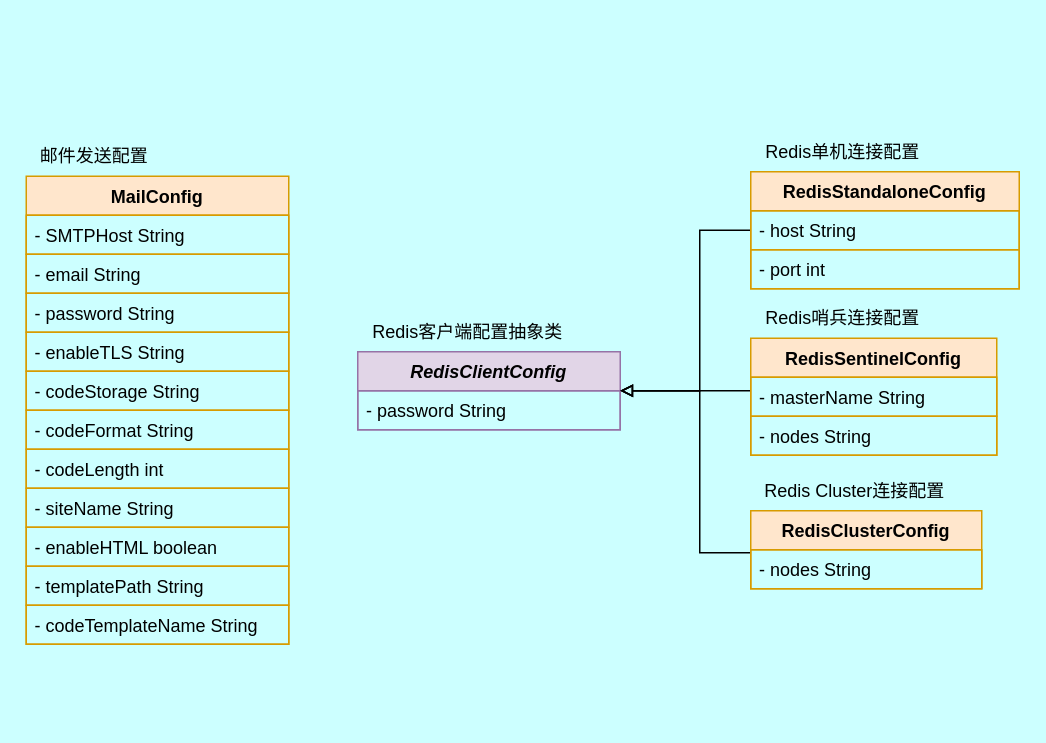
swsk33/code-post keeps this draw.io diagram as docs/diagram/部分类图.drawio. Above is the earlier version. Source tidied: cells renumbered, new cells numbered last; positions are measured from the earlier drawing's top-left corner, leaving out a move shared by most shapes. Both pictures are drawn from the tidied source at 150%, with x=0, y=0 at pixel (26, 132).
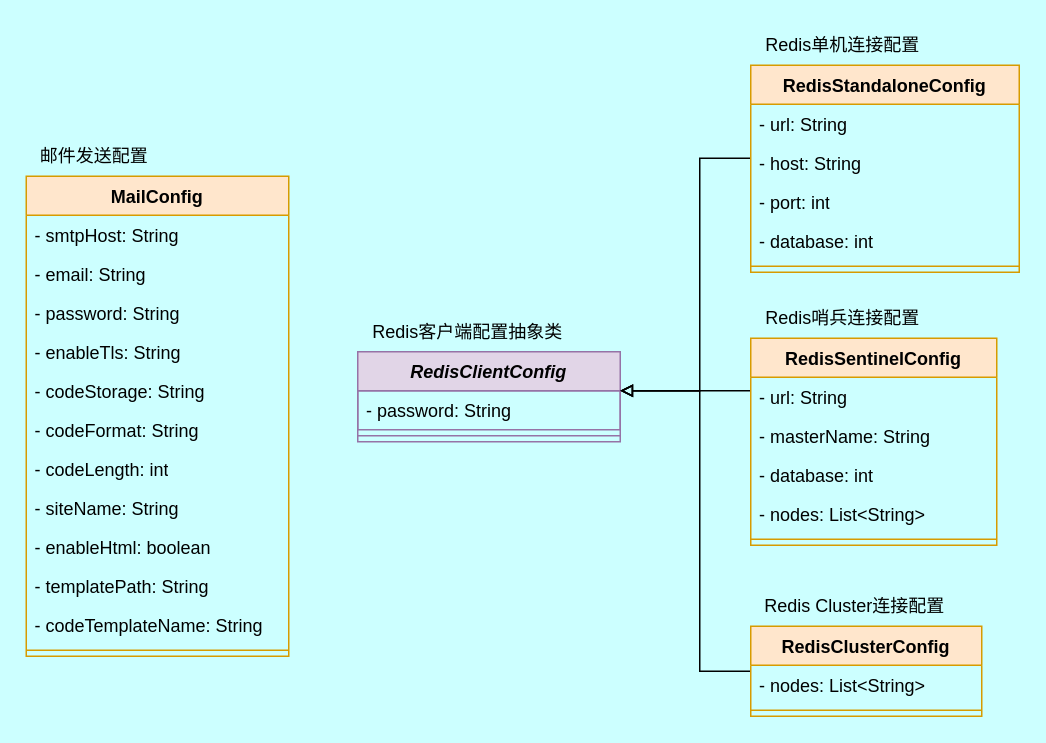
Above is the later version.

Change to the diagram source:
```diff
@@
     <mxCell id="2" value="MailConfig" style="swimlane;fontStyle=1;align=center;verticalAlign=top;horizontal=1;startSize=26;whiteSpace=wrap;html=1;fillColor=#ffe6cc;strokeColor=#d79b00;" parent="1" vertex="1">
-      <mxGeometry y="29" width="175" height="312" as="geometry" />
+      <mxGeometry y="29" width="175" height="320" as="geometry" />
     </mxCell>
-    <mxCell id="3" value="- SMTPHost String" style="text;strokeColor=#d79b00;fillColor=none;align=left;verticalAlign=top;spacingLeft=4;spacingRight=4;overflow=hidden;whiteSpace=wrap;html=1;" parent="2" vertex="1">
+    <mxCell id="3" value="- smtpHost: String" style="text;strokeColor=none;fillColor=none;align=left;verticalAlign=top;spacingLeft=4;spacingRight=4;overflow=hidden;whiteSpace=wrap;html=1;" parent="2" vertex="1">
       <mxGeometry y="26" width="175" height="26" as="geometry" />
     </mxCell>
-    <mxCell id="4" value="- email String" style="text;strokeColor=#d79b00;fillColor=none;align=left;verticalAlign=top;spacingLeft=4;spacingRight=4;overflow=hidden;whiteSpace=wrap;html=1;" parent="2" vertex="1">
+    <mxCell id="4" value="- email:&amp;nbsp;String" style="text;strokeColor=none;fillColor=none;align=left;verticalAlign=top;spacingLeft=4;spacingRight=4;overflow=hidden;whiteSpace=wrap;html=1;" parent="2" vertex="1">
       <mxGeometry y="52" width="175" height="26" as="geometry" />
     </mxCell>
-    <mxCell id="5" value="- password String" style="text;strokeColor=#d79b00;fillColor=none;align=left;verticalAlign=top;spacingLeft=4;spacingRight=4;overflow=hidden;whiteSpace=wrap;html=1;" parent="2" vertex="1">
+    <mxCell id="5" value="- password:&amp;nbsp;String" style="text;strokeColor=none;fillColor=none;align=left;verticalAlign=top;spacingLeft=4;spacingRight=4;overflow=hidden;whiteSpace=wrap;html=1;" parent="2" vertex="1">
       <mxGeometry y="78" width="175" height="26" as="geometry" />
     </mxCell>
-    <mxCell id="6" value="- enableTLS String" style="text;strokeColor=#d79b00;fillColor=none;align=left;verticalAlign=top;spacingLeft=4;spacingRight=4;overflow=hidden;whiteSpace=wrap;html=1;" parent="2" vertex="1">
+    <mxCell id="6" value="- enableTls:&amp;nbsp;String" style="text;strokeColor=none;fillColor=none;align=left;verticalAlign=top;spacingLeft=4;spacingRight=4;overflow=hidden;whiteSpace=wrap;html=1;" parent="2" vertex="1">
       <mxGeometry y="104" width="175" height="26" as="geometry" />
     </mxCell>
-    <mxCell id="7" value="- codeStorage String" style="text;strokeColor=#d79b00;fillColor=none;align=left;verticalAlign=top;spacingLeft=4;spacingRight=4;overflow=hidden;whiteSpace=wrap;html=1;" parent="2" vertex="1">
+    <mxCell id="7" value="- codeStorage:&amp;nbsp;String" style="text;strokeColor=none;fillColor=none;align=left;verticalAlign=top;spacingLeft=4;spacingRight=4;overflow=hidden;whiteSpace=wrap;html=1;" parent="2" vertex="1">
       <mxGeometry y="130" width="175" height="26" as="geometry" />
     </mxCell>
-    <mxCell id="8" value="- codeFormat String" style="text;strokeColor=#d79b00;fillColor=none;align=left;verticalAlign=top;spacingLeft=4;spacingRight=4;overflow=hidden;whiteSpace=wrap;html=1;" parent="2" vertex="1">
+    <mxCell id="8" value="- codeFormat:&amp;nbsp;String" style="text;strokeColor=none;fillColor=none;align=left;verticalAlign=top;spacingLeft=4;spacingRight=4;overflow=hidden;whiteSpace=wrap;html=1;" parent="2" vertex="1">
       <mxGeometry y="156" width="175" height="26" as="geometry" />
     </mxCell>
-    <mxCell id="9" value="- codeLength int" style="text;strokeColor=#d79b00;fillColor=none;align=left;verticalAlign=top;spacingLeft=4;spacingRight=4;overflow=hidden;whiteSpace=wrap;html=1;" parent="2" vertex="1">
+    <mxCell id="9" value="- codeLength:&amp;nbsp;int" style="text;strokeColor=none;fillColor=none;align=left;verticalAlign=top;spacingLeft=4;spacingRight=4;overflow=hidden;whiteSpace=wrap;html=1;" parent="2" vertex="1">
       <mxGeometry y="182" width="175" height="26" as="geometry" />
     </mxCell>
-    <mxCell id="10" value="- siteName String" style="text;strokeColor=#d79b00;fillColor=none;align=left;verticalAlign=top;spacingLeft=4;spacingRight=4;overflow=hidden;whiteSpace=wrap;html=1;" parent="2" vertex="1">
+    <mxCell id="10" value="- siteName:&amp;nbsp;String" style="text;strokeColor=none;fillColor=none;align=left;verticalAlign=top;spacingLeft=4;spacingRight=4;overflow=hidden;whiteSpace=wrap;html=1;" parent="2" vertex="1">
       <mxGeometry y="208" width="175" height="26" as="geometry" />
     </mxCell>
-    <mxCell id="11" value="- enableHTML boolean" style="text;strokeColor=#d79b00;fillColor=none;align=left;verticalAlign=top;spacingLeft=4;spacingRight=4;overflow=hidden;whiteSpace=wrap;html=1;" parent="2" vertex="1">
+    <mxCell id="11" value="- enableHtml:&amp;nbsp;boolean" style="text;strokeColor=none;fillColor=none;align=left;verticalAlign=top;spacingLeft=4;spacingRight=4;overflow=hidden;whiteSpace=wrap;html=1;" parent="2" vertex="1">
       <mxGeometry y="234" width="175" height="26" as="geometry" />
     </mxCell>
-    <mxCell id="12" value="- templatePath String" style="text;strokeColor=#d79b00;fillColor=none;align=left;verticalAlign=top;spacingLeft=4;spacingRight=4;overflow=hidden;whiteSpace=wrap;html=1;" parent="2" vertex="1">
+    <mxCell id="12" value="- templatePath:&amp;nbsp;String" style="text;strokeColor=none;fillColor=none;align=left;verticalAlign=top;spacingLeft=4;spacingRight=4;overflow=hidden;whiteSpace=wrap;html=1;" parent="2" vertex="1">
       <mxGeometry y="260" width="175" height="26" as="geometry" />
     </mxCell>
-    <mxCell id="13" value="- codeTemplateName String" style="text;strokeColor=#d79b00;fillColor=none;align=left;verticalAlign=top;spacingLeft=4;spacingRight=4;overflow=hidden;whiteSpace=wrap;html=1;" parent="2" vertex="1">
+    <mxCell id="13" value="- codeTemplateName:&amp;nbsp;String" style="text;strokeColor=none;fillColor=none;align=left;verticalAlign=top;spacingLeft=4;spacingRight=4;overflow=hidden;whiteSpace=wrap;html=1;" parent="2" vertex="1">
       <mxGeometry y="286" width="175" height="26" as="geometry" />
     </mxCell>
+    <mxCell id="32" style="line;strokeWidth=1;fillColor=none;align=left;verticalAlign=middle;spacingTop=-1;spacingLeft=3;spacingRight=3;labelPosition=right;strokeColor=inherit;" parent="2" vertex="1">
+      <mxGeometry y="312" width="175" height="8" as="geometry" />
+    </mxCell>
@@
     <mxCell id="15" value="&lt;i&gt;RedisClientConfig&lt;/i&gt;" style="swimlane;fontStyle=1;align=center;verticalAlign=top;horizontal=1;startSize=26;whiteSpace=wrap;html=1;fillColor=#e1d5e7;strokeColor=#9673a6;" parent="1" vertex="1">
-      <mxGeometry x="221" y="146" width="175" height="52" as="geometry" />
+      <mxGeometry x="221" y="146" width="175" height="60" as="geometry" />
     </mxCell>
-    <mxCell id="16" value="- password String" style="text;strokeColor=#9673a6;fillColor=none;align=left;verticalAlign=top;spacingLeft=4;spacingRight=4;overflow=hidden;points=[[0,0.5],[1,0.5]];portConstraint=eastwest;whiteSpace=wrap;html=1;" parent="15" vertex="1">
+    <mxCell id="16" value="- password:&amp;nbsp;String" style="text;strokeColor=#9673a6;fillColor=none;align=left;verticalAlign=top;spacingLeft=4;spacingRight=4;overflow=hidden;points=[[0,0.5],[1,0.5]];portConstraint=eastwest;whiteSpace=wrap;html=1;" parent="15" vertex="1">
       <mxGeometry y="26" width="175" height="26" as="geometry" />
     </mxCell>
+    <mxCell id="33" style="line;strokeWidth=1;fillColor=none;align=left;verticalAlign=middle;spacingTop=-1;spacingLeft=3;spacingRight=3;labelPosition=right;strokeColor=inherit;" parent="15" vertex="1">
+      <mxGeometry y="52" width="175" height="8" as="geometry" />
+    </mxCell>
@@
     <mxCell id="18" style="edgeStyle=orthogonalEdgeStyle;rounded=0;jettySize=auto;html=1;strokeColor=default;align=center;verticalAlign=middle;fontFamily=Helvetica;fontSize=11;fontColor=default;labelBackgroundColor=default;endArrow=block;endFill=0;" parent="1" edge="1" source="19" target="15">
       <mxGeometry relative="1" as="geometry">
         <Array as="points">
-          <mxPoint x="449" y="65" />
+          <mxPoint x="449" y="17" />
           <mxPoint x="449" y="172" />
         </Array>
       </mxGeometry>
     </mxCell>
     <mxCell id="19" value="RedisStandaloneConfig" style="swimlane;fontStyle=1;align=center;verticalAlign=top;horizontal=1;startSize=26;whiteSpace=wrap;html=1;fillColor=#ffe6cc;strokeColor=#d79b00;" parent="1" vertex="1">
-      <mxGeometry x="483" y="26" width="179" height="78" as="geometry" />
+      <mxGeometry x="483" y="-45" width="179" height="138" as="geometry" />
     </mxCell>
+    <mxCell id="34" value="- url:&amp;nbsp;String" style="text;strokeColor=none;fillColor=none;align=left;verticalAlign=top;spacingLeft=4;spacingRight=4;overflow=hidden;whiteSpace=wrap;html=1;" parent="19" vertex="1">
+      <mxGeometry y="26" width="179" height="26" as="geometry" />
+    </mxCell>
-    <mxCell id="20" value="- host String" style="text;strokeColor=#d79b00;fillColor=none;align=left;verticalAlign=top;spacingLeft=4;spacingRight=4;overflow=hidden;whiteSpace=wrap;html=1;" parent="19" vertex="1">
-      <mxGeometry y="26" width="179" height="26" as="geometry" />
+    <mxCell id="20" value="- host:&amp;nbsp;String" style="text;strokeColor=none;fillColor=none;align=left;verticalAlign=top;spacingLeft=4;spacingRight=4;overflow=hidden;whiteSpace=wrap;html=1;" parent="19" vertex="1">
+      <mxGeometry y="52" width="179" height="26" as="geometry" />
     </mxCell>
-    <mxCell id="21" value="- port int" style="text;strokeColor=#d79b00;fillColor=none;align=left;verticalAlign=top;spacingLeft=4;spacingRight=4;overflow=hidden;whiteSpace=wrap;html=1;" parent="19" vertex="1">
-      <mxGeometry y="52" width="179" height="26" as="geometry" />
+    <mxCell id="21" value="- port:&amp;nbsp;int" style="text;strokeColor=none;fillColor=none;align=left;verticalAlign=top;spacingLeft=4;spacingRight=4;overflow=hidden;whiteSpace=wrap;html=1;" parent="19" vertex="1">
+      <mxGeometry y="78" width="179" height="26" as="geometry" />
     </mxCell>
+    <mxCell id="35" value="- database:&amp;nbsp;int" style="text;strokeColor=none;fillColor=none;align=left;verticalAlign=top;spacingLeft=4;spacingRight=4;overflow=hidden;whiteSpace=wrap;html=1;" parent="19" vertex="1">
+      <mxGeometry y="104" width="179" height="26" as="geometry" />
+    </mxCell>
+    <mxCell id="36" style="line;strokeWidth=1;fillColor=none;align=left;verticalAlign=middle;spacingTop=-1;spacingLeft=3;spacingRight=3;labelPosition=right;strokeColor=inherit;" parent="19" vertex="1">
+      <mxGeometry y="130" width="179" height="8" as="geometry" />
+    </mxCell>
@@
     <mxCell id="23" value="RedisSentinelConfig" style="swimlane;fontStyle=1;align=center;verticalAlign=top;horizontal=1;startSize=26;whiteSpace=wrap;html=1;fillColor=#ffe6cc;strokeColor=#d79b00;" parent="1" vertex="1">
-      <mxGeometry x="483" y="137" width="164" height="78" as="geometry" />
+      <mxGeometry x="483" y="137" width="164" height="138" as="geometry" />
     </mxCell>
+    <mxCell id="37" value="- url:&amp;nbsp;String" style="text;strokeColor=none;fillColor=none;align=left;verticalAlign=top;spacingLeft=4;spacingRight=4;overflow=hidden;whiteSpace=wrap;html=1;" parent="23" vertex="1">
+      <mxGeometry y="26" width="164" height="26" as="geometry" />
+    </mxCell>
-    <mxCell id="24" value="- masterName String" style="text;strokeColor=#d79b00;fillColor=none;align=left;verticalAlign=top;spacingLeft=4;spacingRight=4;overflow=hidden;whiteSpace=wrap;html=1;" parent="23" vertex="1">
-      <mxGeometry y="26" width="164" height="26" as="geometry" />
+    <mxCell id="24" value="- masterName:&amp;nbsp;String" style="text;strokeColor=none;fillColor=none;align=left;verticalAlign=top;spacingLeft=4;spacingRight=4;overflow=hidden;whiteSpace=wrap;html=1;" parent="23" vertex="1">
+      <mxGeometry y="52" width="164" height="26" as="geometry" />
     </mxCell>
+    <mxCell id="38" value="- database:&amp;nbsp;int" style="text;strokeColor=none;fillColor=none;align=left;verticalAlign=top;spacingLeft=4;spacingRight=4;overflow=hidden;whiteSpace=wrap;html=1;" parent="23" vertex="1">
+      <mxGeometry y="78" width="164" height="26" as="geometry" />
+    </mxCell>
-    <mxCell id="25" value="- nodes String" style="text;strokeColor=#d79b00;fillColor=none;align=left;verticalAlign=top;spacingLeft=4;spacingRight=4;overflow=hidden;whiteSpace=wrap;html=1;" parent="23" vertex="1">
-      <mxGeometry y="52" width="164" height="26" as="geometry" />
+    <mxCell id="25" value="- nodes:&amp;nbsp;List&amp;lt;String&amp;gt;" style="text;strokeColor=none;fillColor=none;align=left;verticalAlign=top;spacingLeft=4;spacingRight=4;overflow=hidden;whiteSpace=wrap;html=1;" parent="23" vertex="1">
+      <mxGeometry y="104" width="164" height="26" as="geometry" />
     </mxCell>
+    <mxCell id="39" style="line;strokeWidth=1;fillColor=none;align=left;verticalAlign=middle;spacingTop=-1;spacingLeft=3;spacingRight=3;labelPosition=right;strokeColor=inherit;" parent="23" vertex="1">
+      <mxGeometry y="130" width="164" height="8" as="geometry" />
+    </mxCell>
     <mxCell id="26" style="edgeStyle=orthogonalEdgeStyle;rounded=0;jettySize=auto;html=1;strokeColor=default;align=center;verticalAlign=middle;fontFamily=Helvetica;fontSize=11;fontColor=default;labelBackgroundColor=default;endArrow=block;endFill=0;" parent="1" edge="1" source="27" target="15">
       <mxGeometry relative="1" as="geometry">
         <Array as="points">
-          <mxPoint x="449" y="280" />
+          <mxPoint x="449" y="359" />
           <mxPoint x="449" y="172" />
         </Array>
       </mxGeometry>
     </mxCell>
     <mxCell id="27" value="RedisClusterConfig" style="swimlane;fontStyle=1;align=center;verticalAlign=top;horizontal=1;startSize=26;whiteSpace=wrap;html=1;fillColor=#ffe6cc;strokeColor=#d79b00;" parent="1" vertex="1">
-      <mxGeometry x="483" y="252" width="154" height="52" as="geometry" />
+      <mxGeometry x="483" y="329" width="154" height="60" as="geometry" />
     </mxCell>
-    <mxCell id="28" value="- nodes String" style="text;strokeColor=#d79b00;fillColor=none;align=left;verticalAlign=top;spacingLeft=4;spacingRight=4;overflow=hidden;whiteSpace=wrap;html=1;" parent="27" vertex="1">
+    <mxCell id="28" value="- nodes:&amp;nbsp;List&amp;lt;String&amp;gt;" style="text;strokeColor=none;fillColor=none;align=left;verticalAlign=top;spacingLeft=4;spacingRight=4;overflow=hidden;whiteSpace=wrap;html=1;" parent="27" vertex="1">
       <mxGeometry y="26" width="154" height="26" as="geometry" />
     </mxCell>
+    <mxCell id="40" style="line;strokeWidth=1;fillColor=none;align=left;verticalAlign=middle;spacingTop=-1;spacingLeft=3;spacingRight=3;labelPosition=right;strokeColor=inherit;" parent="27" vertex="1">
+      <mxGeometry y="52" width="154" height="8" as="geometry" />
+    </mxCell>
     <mxCell id="29" value="Redis单机连接配置" style="text;html=1;align=center;verticalAlign=middle;strokeColor=none;fillColor=none;" parent="1" vertex="1">
-      <mxGeometry x="483" width="121" height="26" as="geometry" />
+      <mxGeometry x="483" y="-71" width="121" height="26" as="geometry" />
     </mxCell>
@@
     <mxCell id="31" value="Redis Cluster连接配置" style="text;html=1;align=center;verticalAlign=middle;strokeColor=none;fillColor=none;" parent="1" vertex="1">
-      <mxGeometry x="483" y="226" width="138" height="26" as="geometry" />
+      <mxGeometry x="483" y="303" width="138" height="26" as="geometry" />
     </mxCell>
```
